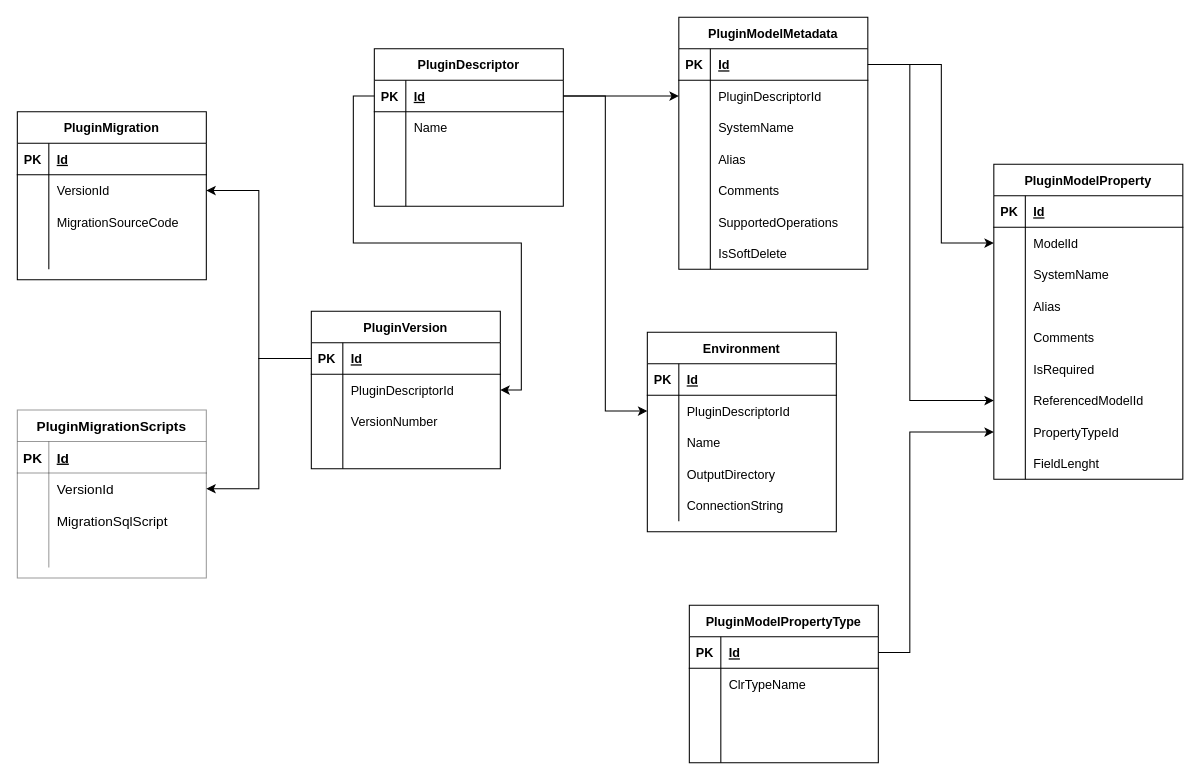
Before: page "Result MetadataDB" (2 of 7) of ModelConstructor.drawio in aaf1974/ProjectDiagram, a draw.io diagram. Source tidied: cells renumbered, new cells numbered last; positions are measured from the earlier drawing's top-left corner, leaving out a move shared by most shapes. Both pictures are drawn from the tidied source at 105%, with x=0, y=0 at pixel (17, 17).
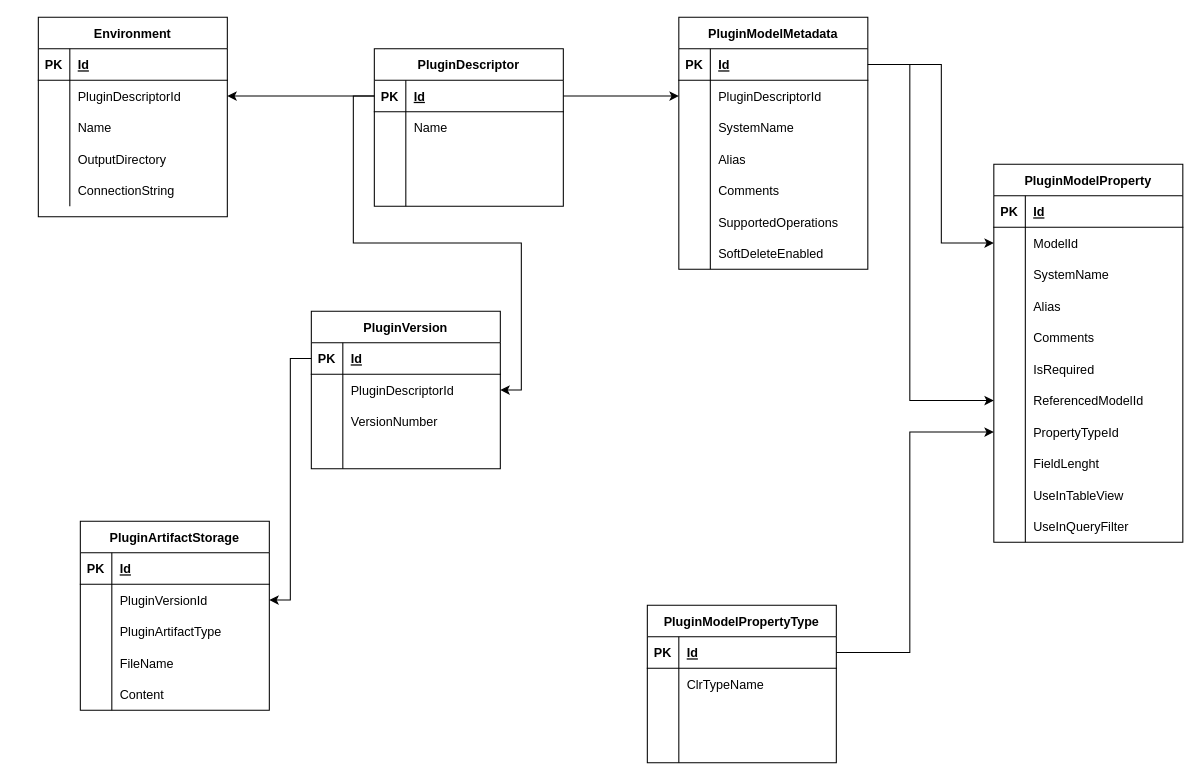
The same page after the edit.

Unchanged cells that the change refers to:
```xml
<mxCell id="52" style="shape=tableRow;horizontal=0;startSize=0;swimlaneHead=0;swimlaneBody=0;fillColor=none;top=0;left=0;right=0;bottom=0;" parent="33" vertex="1">
  <mxGeometry y="210" width="180" height="30" as="geometry" />
</mxCell>
<mxCell id="101" style="shape=tableRow;horizontal=0;startSize=0;swimlaneHead=0;swimlaneBody=0;fillColor=none;points=[[0,0.5],[1,0.5]];portConstraint=eastwest;top=0;left=0;right=0;bottom=0;" parent="97" vertex="1">
  <mxGeometry y="60" width="180" height="30" as="geometry" />
</mxCell>
<mxCell id="104" style="shape=tableRow;horizontal=0;startSize=0;swimlaneHead=0;swimlaneBody=0;fillColor=none;top=0;left=0;right=0;bottom=0;" parent="97" vertex="1">
  <mxGeometry y="90" width="180" height="30" as="geometry" />
</mxCell>
<mxCell id="107" style="shape=tableRow;horizontal=0;startSize=0;swimlaneHead=0;swimlaneBody=0;fillColor=none;top=0;left=0;right=0;bottom=0;" parent="97" vertex="1">
  <mxGeometry y="120" width="180" height="30" as="geometry" />
</mxCell>
<mxCell id="111" style="shape=tableRow;horizontal=0;startSize=0;swimlaneHead=0;swimlaneBody=0;fillColor=none;points=[[0,0.5],[1,0.5]];portConstraint=eastwest;top=0;left=0;right=0;bottom=1;" parent="110" vertex="1">
  <mxGeometry y="30" width="180" height="30" as="geometry" />
</mxCell>
```

What changed in the source:
```diff
@@
     <mxCell id="15" value="Environment" style="shape=table;startSize=30;childLayout=tableLayout;rowLines=0;fontStyle=1;align=center;" parent="1" vertex="1">
-      <mxGeometry x="600" y="300" width="180" height="190" as="geometry" />
+      <mxGeometry x="20" width="180" height="190" as="geometry" />
     </mxCell>
@@
-    <mxCell id="54" value="IsSoftDelete" style="shape=partialRectangle;fillColor=none;top=0;left=0;bottom=0;right=0;align=left;spacingLeft=6;overflow=hidden;" parent="52" vertex="1">
+    <mxCell id="54" value="SoftDeleteEnabled" style="shape=partialRectangle;fillColor=none;top=0;left=0;bottom=0;right=0;align=left;spacingLeft=6;overflow=hidden;" parent="52" vertex="1">
       <mxGeometry x="30" width="150" height="30" as="geometry" />
     </mxCell>
@@
     <mxCell id="56" value="PluginModelProperty" style="shape=table;startSize=30;childLayout=tableLayout;rowLines=0;fontStyle=1;align=center;" parent="1" vertex="1">
-      <mxGeometry x="930" y="140" width="180" height="300" as="geometry" />
+      <mxGeometry x="930" y="140" width="180" height="360" as="geometry" />
     </mxCell>
@@
+    <mxCell id="141" style="shape=tableRow;horizontal=0;startSize=0;swimlaneHead=0;swimlaneBody=0;fillColor=none;top=0;left=0;right=0;bottom=0;" parent="56" vertex="1">
+      <mxGeometry y="300" width="180" height="30" as="geometry" />
+    </mxCell>
+    <mxCell id="142" style="shape=partialRectangle;fillColor=none;top=0;left=0;bottom=0;right=0;overflow=hidden;" parent="141" vertex="1">
+      <mxGeometry width="30" height="30" as="geometry" />
+    </mxCell>
+    <mxCell id="143" value="UseInTableView" style="shape=partialRectangle;fillColor=none;top=0;left=0;bottom=0;right=0;align=left;spacingLeft=6;overflow=hidden;" parent="141" vertex="1">
+      <mxGeometry x="30" width="150" height="30" as="geometry" />
+    </mxCell>
+    <mxCell id="144" style="shape=tableRow;horizontal=0;startSize=0;swimlaneHead=0;swimlaneBody=0;fillColor=none;top=0;left=0;right=0;bottom=0;" parent="56" vertex="1">
+      <mxGeometry y="330" width="180" height="30" as="geometry" />
+    </mxCell>
+    <mxCell id="145" style="shape=partialRectangle;fillColor=none;top=0;left=0;bottom=0;right=0;overflow=hidden;" parent="144" vertex="1">
+      <mxGeometry width="30" height="30" as="geometry" />
+    </mxCell>
+    <mxCell id="146" value="UseInQueryFilter" style="shape=partialRectangle;fillColor=none;top=0;left=0;bottom=0;right=0;align=left;spacingLeft=6;overflow=hidden;" parent="144" vertex="1">
+      <mxGeometry x="30" width="150" height="30" as="geometry" />
+    </mxCell>
     <mxCell id="84" value="PluginModelPropertyType" style="shape=table;startSize=30;childLayout=tableLayout;rowLines=0;fontStyle=1;align=center;" parent="1" vertex="1">
-      <mxGeometry x="640" y="560" width="180" height="150" as="geometry" />
+      <mxGeometry x="600" y="560" width="180" height="150" as="geometry" />
     </mxCell>
@@
-    <mxCell id="97" value="PluginMigration" style="shape=table;startSize=30;childLayout=tableLayout;rowLines=0;fontStyle=1;align=center;" parent="1" vertex="1">
-      <mxGeometry y="90" width="180" height="160" as="geometry" />
+    <mxCell id="97" value="PluginArtifactStorage" style="shape=table;startSize=30;childLayout=tableLayout;rowLines=0;fontStyle=1;align=center;" parent="1" vertex="1">
+      <mxGeometry x="60" y="480" width="180" height="180" as="geometry" />
     </mxCell>
@@
-    <mxCell id="103" value="VersionId" style="shape=partialRectangle;fillColor=none;top=0;left=0;bottom=0;right=0;align=left;spacingLeft=6;overflow=hidden;" parent="101" vertex="1">
+    <mxCell id="103" value="PluginVersionId" style="shape=partialRectangle;fillColor=none;top=0;left=0;bottom=0;right=0;align=left;spacingLeft=6;overflow=hidden;" parent="101" vertex="1">
       <mxGeometry x="30" width="150" height="30" as="geometry" />
     </mxCell>
@@
-    <mxCell id="106" value="MigrationSourceCode" style="shape=partialRectangle;fillColor=none;top=0;left=0;bottom=0;right=0;align=left;spacingLeft=6;overflow=hidden;" parent="104" vertex="1">
+    <mxCell id="106" value="PluginArtifactType" style="shape=partialRectangle;fillColor=none;top=0;left=0;bottom=0;right=0;align=left;spacingLeft=6;overflow=hidden;" parent="104" vertex="1">
       <mxGeometry x="30" width="150" height="30" as="geometry" />
     </mxCell>
@@
-    <mxCell id="109" style="shape=partialRectangle;fillColor=none;top=0;left=0;bottom=0;right=0;align=left;spacingLeft=6;overflow=hidden;" parent="107" vertex="1">
+    <mxCell id="109" value="FileName" style="shape=partialRectangle;fillColor=none;top=0;left=0;bottom=0;right=0;align=left;spacingLeft=6;overflow=hidden;" parent="107" vertex="1">
       <mxGeometry x="30" width="150" height="30" as="geometry" />
     </mxCell>
+    <mxCell id="147" style="shape=tableRow;horizontal=0;startSize=0;swimlaneHead=0;swimlaneBody=0;fillColor=none;top=0;left=0;right=0;bottom=0;" parent="97" vertex="1">
+      <mxGeometry y="150" width="180" height="30" as="geometry" />
+    </mxCell>
+    <mxCell id="148" style="shape=partialRectangle;fillColor=none;top=0;left=0;bottom=0;right=0;overflow=hidden;" parent="147" vertex="1">
+      <mxGeometry width="30" height="30" as="geometry" />
+    </mxCell>
+    <mxCell id="149" value="Content" style="shape=partialRectangle;fillColor=none;top=0;left=0;bottom=0;right=0;align=left;spacingLeft=6;overflow=hidden;" parent="147" vertex="1">
+      <mxGeometry x="30" width="150" height="30" as="geometry" />
+    </mxCell>
@@
-    <mxCell id="126" value="PluginMigrationScripts" style="shape=table;startSize=30;childLayout=tableLayout;rowLines=0;fontStyle=1;align=center;labelBackgroundColor=none;labelBorderColor=none;fontSize=13;fontColor=none;fillColor=none;opacity=40;" parent="1" vertex="1">
-      <mxGeometry y="374" width="180" height="160" as="geometry" />
-    </mxCell>
-    <mxCell id="127" style="shape=tableRow;horizontal=0;startSize=0;swimlaneHead=0;swimlaneBody=0;fillColor=none;top=0;left=0;right=0;bottom=1;labelBackgroundColor=none;labelBorderColor=none;fontSize=13;fontColor=none;opacity=40;" parent="126" vertex="1">
-      <mxGeometry y="30" width="180" height="30" as="geometry" />
-    </mxCell>
-    <mxCell id="128" value="PK" style="shape=partialRectangle;fillColor=none;top=0;left=0;bottom=0;right=0;fontStyle=1;overflow=hidden;labelBackgroundColor=none;labelBorderColor=none;fontSize=13;fontColor=none;opacity=40;" parent="127" vertex="1">
-      <mxGeometry width="30" height="30" as="geometry" />
-    </mxCell>
-    <mxCell id="129" value="Id" style="shape=partialRectangle;fillColor=none;top=0;left=0;bottom=0;right=0;align=left;spacingLeft=6;fontStyle=5;overflow=hidden;labelBackgroundColor=none;labelBorderColor=none;fontSize=13;fontColor=none;opacity=40;" parent="127" vertex="1">
-      <mxGeometry x="30" width="150" height="30" as="geometry" />
-    </mxCell>
-    <mxCell id="130" style="shape=tableRow;horizontal=0;startSize=0;swimlaneHead=0;swimlaneBody=0;fillColor=none;points=[[0,0.5],[1,0.5]];portConstraint=eastwest;top=0;left=0;right=0;bottom=0;labelBackgroundColor=none;labelBorderColor=none;fontSize=13;fontColor=none;opacity=40;" parent="126" vertex="1">
-      <mxGeometry y="60" width="180" height="30" as="geometry" />
-    </mxCell>
-    <mxCell id="131" style="shape=partialRectangle;fillColor=none;top=0;left=0;bottom=0;right=0;overflow=hidden;labelBackgroundColor=none;labelBorderColor=none;fontSize=13;fontColor=none;opacity=40;" parent="130" vertex="1">
-      <mxGeometry width="30" height="30" as="geometry" />
-    </mxCell>
-    <mxCell id="132" value="VersionId" style="shape=partialRectangle;fillColor=none;top=0;left=0;bottom=0;right=0;align=left;spacingLeft=6;overflow=hidden;labelBackgroundColor=none;labelBorderColor=none;fontSize=13;fontColor=none;opacity=40;" parent="130" vertex="1">
-      <mxGeometry x="30" width="150" height="30" as="geometry" />
-    </mxCell>
-    <mxCell id="133" style="shape=tableRow;horizontal=0;startSize=0;swimlaneHead=0;swimlaneBody=0;fillColor=none;top=0;left=0;right=0;bottom=0;labelBackgroundColor=none;labelBorderColor=none;fontSize=13;fontColor=none;opacity=40;" parent="126" vertex="1">
-      <mxGeometry y="90" width="180" height="30" as="geometry" />
-    </mxCell>
-    <mxCell id="134" style="shape=partialRectangle;fillColor=none;top=0;left=0;bottom=0;right=0;overflow=hidden;labelBackgroundColor=none;labelBorderColor=none;fontSize=13;fontColor=none;opacity=40;" parent="133" vertex="1">
-      <mxGeometry width="30" height="30" as="geometry" />
-    </mxCell>
-    <mxCell id="135" value="MigrationSqlScript" style="shape=partialRectangle;fillColor=none;top=0;left=0;bottom=0;right=0;align=left;spacingLeft=6;overflow=hidden;labelBackgroundColor=none;labelBorderColor=none;fontSize=13;fontColor=none;opacity=40;" parent="133" vertex="1">
-      <mxGeometry x="30" width="150" height="30" as="geometry" />
-    </mxCell>
-    <mxCell id="136" style="shape=tableRow;horizontal=0;startSize=0;swimlaneHead=0;swimlaneBody=0;fillColor=none;top=0;left=0;right=0;bottom=0;labelBackgroundColor=none;labelBorderColor=none;fontSize=13;fontColor=none;opacity=40;" parent="126" vertex="1">
-      <mxGeometry y="120" width="180" height="30" as="geometry" />
-    </mxCell>
-    <mxCell id="137" style="shape=partialRectangle;fillColor=none;top=0;left=0;bottom=0;right=0;overflow=hidden;labelBackgroundColor=none;labelBorderColor=none;fontSize=13;fontColor=none;opacity=40;" parent="136" vertex="1">
-      <mxGeometry width="30" height="30" as="geometry" />
-    </mxCell>
-    <mxCell id="138" style="shape=partialRectangle;fillColor=none;top=0;left=0;bottom=0;right=0;align=left;spacingLeft=6;overflow=hidden;labelBackgroundColor=none;labelBorderColor=none;fontSize=13;fontColor=none;opacity=40;" parent="136" vertex="1">
-      <mxGeometry x="30" width="150" height="30" as="geometry" />
-    </mxCell>
@@
-    <mxCell id="140" style="edgeStyle=orthogonalEdgeStyle;rounded=0;jettySize=auto;html=1;fontSize=13;fontColor=none;" parent="1" edge="1" source="111" target="130">
-      <mxGeometry relative="1" as="geometry" />
-    </mxCell>
```
